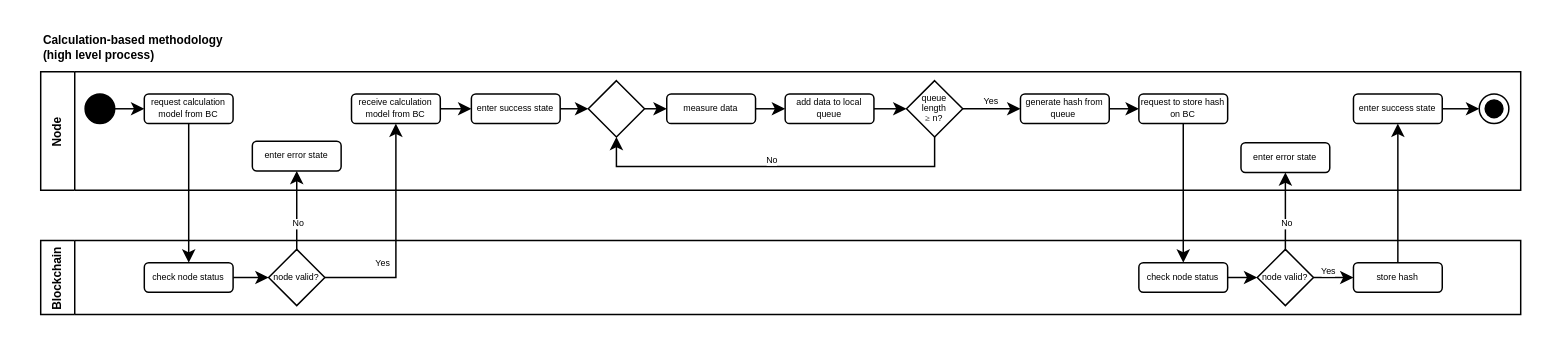
Before: reporting/docs/calculation-based-method.drawio in KSilkThread/carbonedge, a draw.io diagram. Source tidied: cells renumbered, new cells numbered last; positions are measured from the earlier drawing's top-left corner, leaving out a move shared by most shapes. Both pictures are drawn from the tidied source at 148%, with x=0, y=0 at pixel (40, 25).
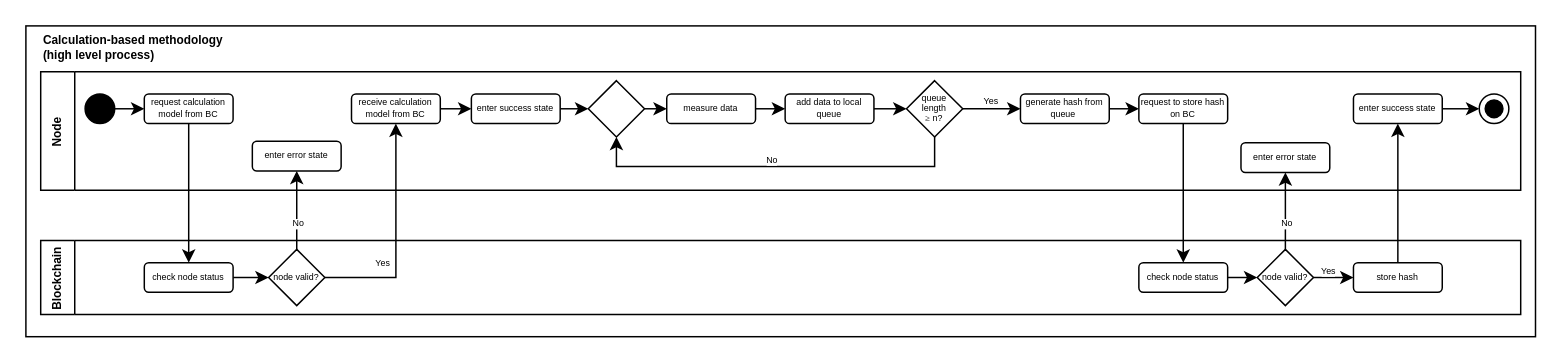
After the change.

Diff of the diagram source:
```diff
@@
+    <mxCell id="48" style="rounded=0;whiteSpace=wrap;html=1;" parent="1" vertex="1">
+      <mxGeometry x="-10" width="1020" height="210" as="geometry" />
+    </mxCell>
```
